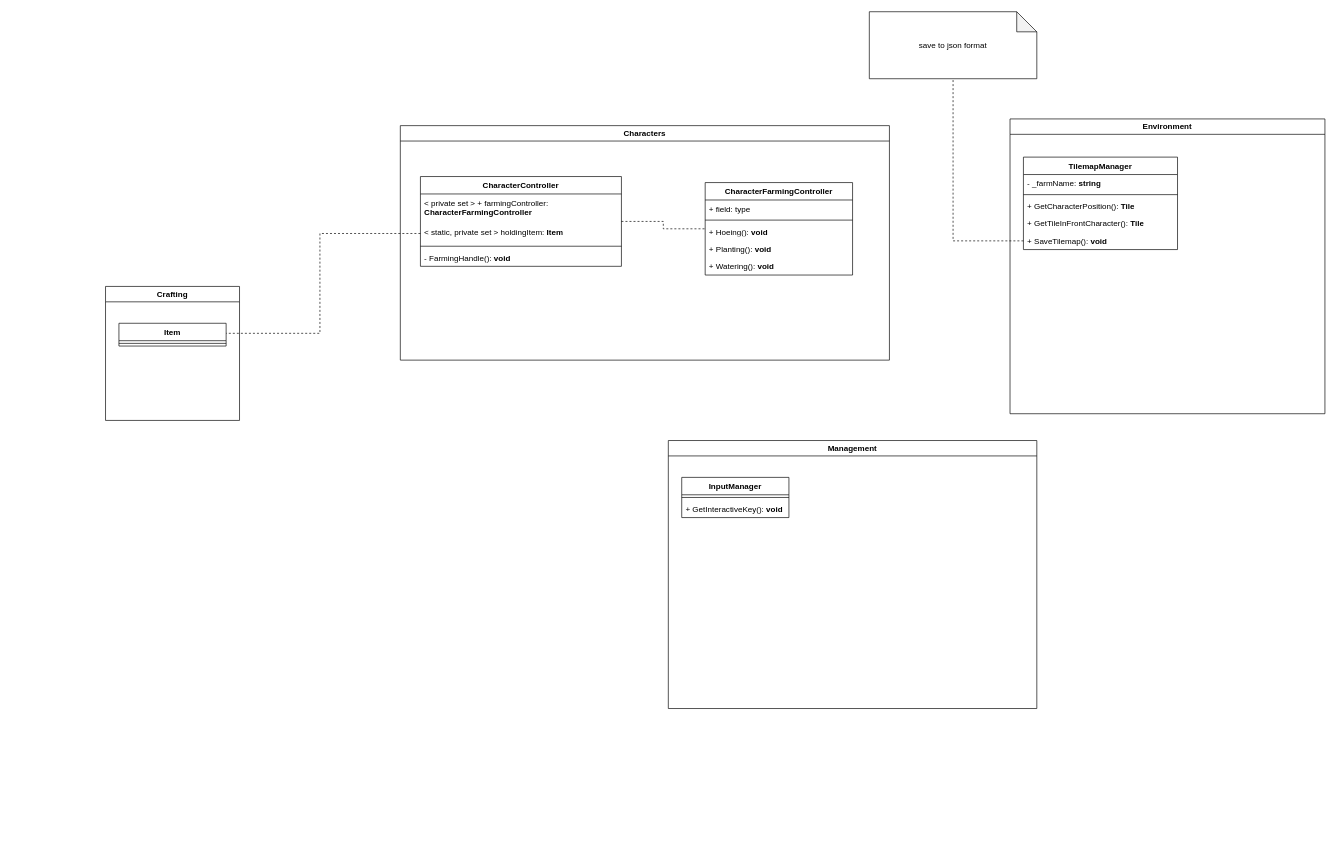
linhh563/sunny-fields keeps this draw.io diagram as page "draft_farming" (3 of 4) of Document/Diagrams/sunny_field_classes.drawio. Above is the earlier version. Source tidied: cells renumbered, new cells numbered last; positions are measured from the earlier drawing's top-left corner, leaving out a move shared by most shapes. Both pictures are drawn from the tidied source at 67%, with x=0, y=0 at pixel (105, 11).
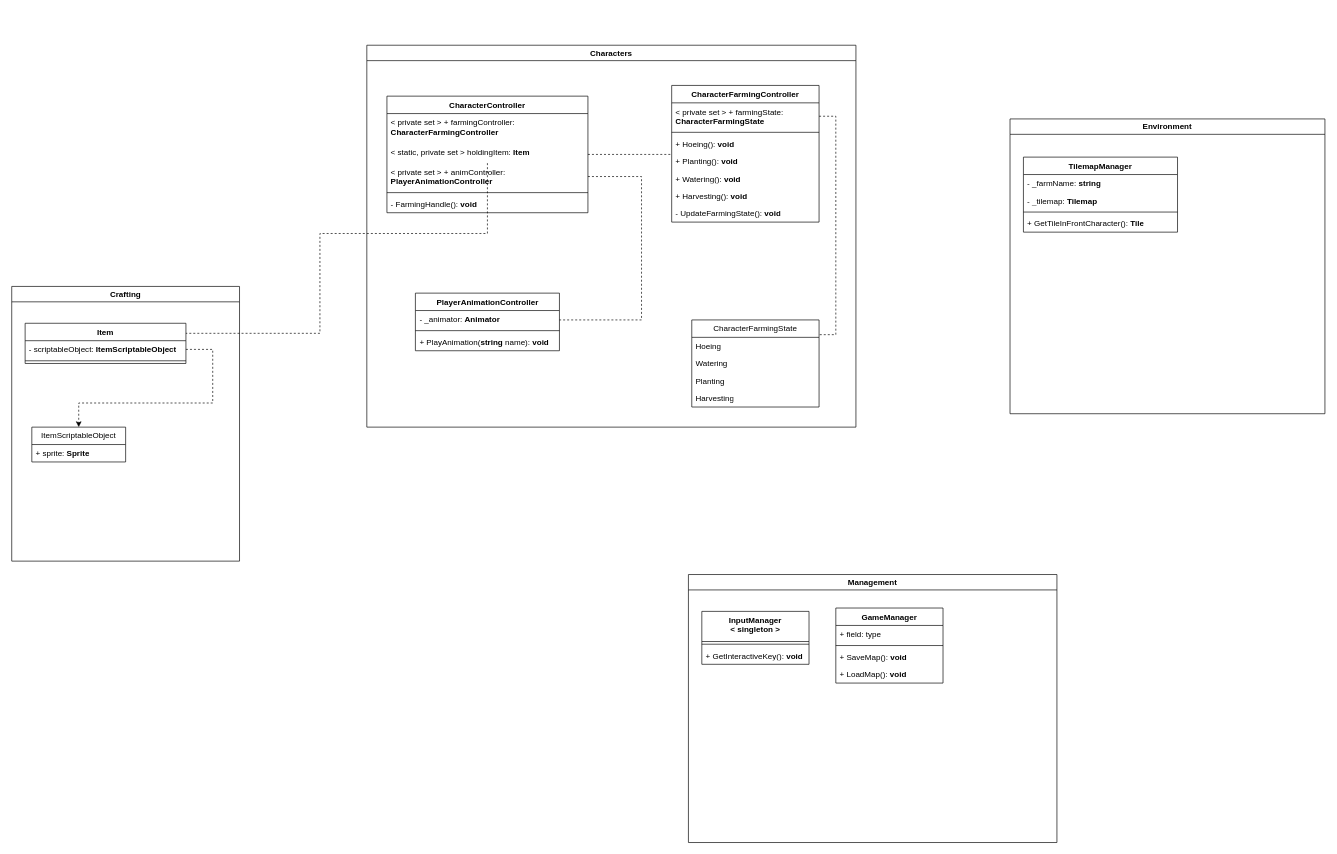
The same diagram, later.

The change refers to these unchanged cells:
```xml
<mxCell id="2" value="Environment" style="swimlane;whiteSpace=wrap;html=1;" parent="1" vertex="1">
  <mxGeometry x="1350" y="160" width="470" height="440" as="geometry" />
</mxCell>
```

Change to the diagram source:
```diff
@@
     <mxCell id="3" value="TilemapManager" style="swimlane;fontStyle=1;align=center;verticalAlign=top;horizontal=1;startSize=26;whiteSpace=wrap;html=1;" parent="2" vertex="1">
-      <mxGeometry x="20" y="57" width="230" height="138" as="geometry" />
+      <mxGeometry x="20" y="57" width="230" height="112" as="geometry" />
     </mxCell>
@@
+    <mxCell id="32" value="- _tilemap: &lt;b&gt;Tilemap&lt;/b&gt;" style="text;strokeColor=none;fillColor=none;align=left;verticalAlign=top;spacingLeft=4;spacingRight=4;overflow=hidden;whiteSpace=wrap;html=1;" parent="3" vertex="1">
+      <mxGeometry y="52" width="230" height="26" as="geometry" />
+    </mxCell>
     <mxCell id="5" style="line;strokeWidth=1;fillColor=none;align=left;verticalAlign=middle;spacingTop=-1;spacingLeft=3;spacingRight=3;labelPosition=right;strokeColor=inherit;" parent="3" vertex="1">
-      <mxGeometry y="52" width="230" height="8" as="geometry" />
+      <mxGeometry y="78" width="230" height="8" as="geometry" />
     </mxCell>
-    <mxCell id="6" value="+ GetCharacterPosition(): &lt;b&gt;Tile&lt;/b&gt;" style="text;strokeColor=none;fillColor=none;align=left;verticalAlign=top;spacingLeft=4;spacingRight=4;overflow=hidden;whiteSpace=wrap;html=1;" parent="3" vertex="1">
-      <mxGeometry y="60" width="230" height="26" as="geometry" />
-    </mxCell>
@@
-    <mxCell id="8" value="+ SaveTilemap(): &lt;b&gt;void&lt;/b&gt;" style="text;strokeColor=none;fillColor=none;align=left;verticalAlign=top;spacingLeft=4;spacingRight=4;overflow=hidden;points=[[0,0.5],[1,0.5]];portConstraint=eastwest;whiteSpace=wrap;html=1;" parent="3" vertex="1">
-      <mxGeometry y="112" width="230" height="26" as="geometry" />
-    </mxCell>
     <mxCell id="9" value="Characters" style="swimlane;whiteSpace=wrap;html=1;" parent="1" vertex="1">
-      <mxGeometry x="440" y="170" width="730" height="350" as="geometry" />
+      <mxGeometry x="390" y="50" width="730" height="570" as="geometry" />
     </mxCell>
     <mxCell id="10" style="edgeStyle=orthogonalEdgeStyle;rounded=0;jettySize=auto;html=1;dashed=1;endArrow=none;startFill=0;" parent="9" edge="1" source="11" target="16">
-      <mxGeometry relative="1" as="geometry" />
+      <mxGeometry relative="1" as="geometry">
+        <Array as="points">
+          <mxPoint x="430" y="163" />
+          <mxPoint x="430" y="163" />
+        </Array>
+      </mxGeometry>
     </mxCell>
     <mxCell id="11" value="CharacterController" style="swimlane;fontStyle=1;align=center;verticalAlign=top;horizontal=1;startSize=26;whiteSpace=wrap;html=1;" parent="9" vertex="1">
-      <mxGeometry x="30" y="76" width="300" height="134" as="geometry" />
+      <mxGeometry x="30" y="76" width="300" height="174" as="geometry" />
     </mxCell>
@@
+    <mxCell id="33" value="&amp;lt; private set &amp;gt; + animController: &lt;b&gt;PlayerAnimationController&lt;/b&gt;" style="text;strokeColor=none;fillColor=none;align=left;verticalAlign=top;spacingLeft=4;spacingRight=4;overflow=hidden;points=[[0,0.5],[1,0.5]];portConstraint=eastwest;whiteSpace=wrap;html=1;" parent="11" vertex="1">
+      <mxGeometry y="100" width="300" height="40" as="geometry" />
+    </mxCell>
     <mxCell id="14" style="line;strokeWidth=1;fillColor=none;align=left;verticalAlign=middle;spacingTop=-1;spacingLeft=3;spacingRight=3;labelPosition=right;strokeColor=inherit;" parent="11" vertex="1">
-      <mxGeometry y="100" width="300" height="8" as="geometry" />
+      <mxGeometry y="140" width="300" height="8" as="geometry" />
     </mxCell>
     <mxCell id="15" value="- FarmingHandle(): &lt;b&gt;void&lt;/b&gt;" style="text;strokeColor=none;fillColor=none;align=left;verticalAlign=top;spacingLeft=4;spacingRight=4;overflow=hidden;whiteSpace=wrap;html=1;" parent="11" vertex="1">
-      <mxGeometry y="108" width="300" height="26" as="geometry" />
+      <mxGeometry y="148" width="300" height="26" as="geometry" />
     </mxCell>
     <mxCell id="16" value="CharacterFarmingController" style="swimlane;fontStyle=1;align=center;verticalAlign=top;horizontal=1;startSize=26;whiteSpace=wrap;html=1;" parent="9" vertex="1">
-      <mxGeometry x="455" y="85" width="220" height="138" as="geometry" />
+      <mxGeometry x="455" y="60" width="220" height="204" as="geometry" />
     </mxCell>
-    <mxCell id="17" value="+ field: type" style="text;strokeColor=none;fillColor=none;align=left;verticalAlign=top;spacingLeft=4;spacingRight=4;overflow=hidden;whiteSpace=wrap;html=1;" parent="16" vertex="1">
-      <mxGeometry y="26" width="220" height="26" as="geometry" />
-    </mxCell>
+    <mxCell id="34" value="&amp;lt; private set &amp;gt; + farmingState: &lt;b&gt;CharacterFarmingState&lt;/b&gt;" style="text;strokeColor=none;fillColor=none;align=left;verticalAlign=top;spacingLeft=4;spacingRight=4;overflow=hidden;points=[[0,0.5],[1,0.5]];portConstraint=eastwest;whiteSpace=wrap;html=1;" parent="16" vertex="1">
+      <mxGeometry y="26" width="220" height="40" as="geometry" />
+    </mxCell>
     <mxCell id="18" style="line;strokeWidth=1;fillColor=none;align=left;verticalAlign=middle;spacingTop=-1;spacingLeft=3;spacingRight=3;labelPosition=right;strokeColor=inherit;" parent="16" vertex="1">
-      <mxGeometry y="52" width="220" height="8" as="geometry" />
+      <mxGeometry y="66" width="220" height="8" as="geometry" />
     </mxCell>
     <mxCell id="19" value="+ Hoeing(): &lt;b&gt;void&lt;/b&gt;" style="text;strokeColor=none;fillColor=none;align=left;verticalAlign=top;spacingLeft=4;spacingRight=4;overflow=hidden;whiteSpace=wrap;html=1;" parent="16" vertex="1">
-      <mxGeometry y="60" width="220" height="26" as="geometry" />
+      <mxGeometry y="74" width="220" height="26" as="geometry" />
     </mxCell>
     <mxCell id="20" value="+ Planting(): &lt;b&gt;void&lt;/b&gt;" style="text;strokeColor=none;fillColor=none;align=left;verticalAlign=top;spacingLeft=4;spacingRight=4;overflow=hidden;whiteSpace=wrap;html=1;" parent="16" vertex="1">
-      <mxGeometry y="86" width="220" height="26" as="geometry" />
+      <mxGeometry y="100" width="220" height="26" as="geometry" />
     </mxCell>
     <mxCell id="21" value="+ Watering(): &lt;b&gt;void&lt;/b&gt;" style="text;strokeColor=none;fillColor=none;align=left;verticalAlign=top;spacingLeft=4;spacingRight=4;overflow=hidden;whiteSpace=wrap;html=1;" parent="16" vertex="1">
-      <mxGeometry y="112" width="220" height="26" as="geometry" />
+      <mxGeometry y="126" width="220" height="26" as="geometry" />
     </mxCell>
+    <mxCell id="35" value="+ Harvesting(): &lt;b&gt;void&lt;/b&gt;" style="text;strokeColor=none;fillColor=none;align=left;verticalAlign=top;spacingLeft=4;spacingRight=4;overflow=hidden;whiteSpace=wrap;html=1;" parent="16" vertex="1">
+      <mxGeometry y="152" width="220" height="26" as="geometry" />
+    </mxCell>
+    <mxCell id="36" value="- UpdateFarmingState(): &lt;b&gt;void&lt;/b&gt;" style="text;strokeColor=none;fillColor=none;align=left;verticalAlign=top;spacingLeft=4;spacingRight=4;overflow=hidden;whiteSpace=wrap;html=1;" parent="16" vertex="1">
+      <mxGeometry y="178" width="220" height="26" as="geometry" />
+    </mxCell>
+    <mxCell id="37" value="PlayerAnimationController" style="swimlane;fontStyle=1;align=center;verticalAlign=top;horizontal=1;startSize=26;whiteSpace=wrap;html=1;" parent="9" vertex="1">
+      <mxGeometry x="72.5" y="370" width="215" height="86" as="geometry" />
+    </mxCell>
+    <mxCell id="38" value="- _animator: &lt;b&gt;Animator&lt;/b&gt;" style="text;strokeColor=none;fillColor=none;align=left;verticalAlign=top;spacingLeft=4;spacingRight=4;overflow=hidden;whiteSpace=wrap;html=1;" parent="37" vertex="1">
+      <mxGeometry y="26" width="215" height="26" as="geometry" />
+    </mxCell>
+    <mxCell id="39" style="line;strokeWidth=1;fillColor=none;align=left;verticalAlign=middle;spacingTop=-1;spacingLeft=3;spacingRight=3;labelPosition=right;strokeColor=inherit;" parent="37" vertex="1">
+      <mxGeometry y="52" width="215" height="8" as="geometry" />
+    </mxCell>
+    <mxCell id="40" value="+ PlayAnimation(&lt;b&gt;string &lt;/b&gt;name): &lt;b&gt;void&lt;/b&gt;" style="text;strokeColor=none;fillColor=none;align=left;verticalAlign=top;spacingLeft=4;spacingRight=4;overflow=hidden;whiteSpace=wrap;html=1;" parent="37" vertex="1">
+      <mxGeometry y="60" width="215" height="26" as="geometry" />
+    </mxCell>
+    <mxCell id="41" style="edgeStyle=orthogonalEdgeStyle;rounded=0;jettySize=auto;html=1;dashed=1;endArrow=none;startFill=0;" parent="9" edge="1" source="33" target="37">
+      <mxGeometry relative="1" as="geometry">
+        <Array as="points">
+          <mxPoint x="410" y="196" />
+          <mxPoint x="410" y="410" />
+        </Array>
+      </mxGeometry>
+    </mxCell>
+    <mxCell id="42" value="CharacterFarmingState" style="swimlane;fontStyle=0;horizontal=1;startSize=26;fillColor=none;whiteSpace=wrap;html=1;" parent="9" vertex="1">
+      <mxGeometry x="485" y="410" width="190" height="130" as="geometry" />
+    </mxCell>
+    <mxCell id="43" value="Hoeing" style="text;strokeColor=none;fillColor=none;align=left;verticalAlign=top;spacingLeft=4;spacingRight=4;overflow=hidden;whiteSpace=wrap;html=1;" parent="42" vertex="1">
+      <mxGeometry y="26" width="190" height="26" as="geometry" />
+    </mxCell>
+    <mxCell id="44" value="Watering" style="text;strokeColor=none;fillColor=none;align=left;verticalAlign=top;spacingLeft=4;spacingRight=4;overflow=hidden;whiteSpace=wrap;html=1;" parent="42" vertex="1">
+      <mxGeometry y="52" width="190" height="26" as="geometry" />
+    </mxCell>
+    <mxCell id="45" value="Planting" style="text;strokeColor=none;fillColor=none;align=left;verticalAlign=top;spacingLeft=4;spacingRight=4;overflow=hidden;whiteSpace=wrap;html=1;" parent="42" vertex="1">
+      <mxGeometry y="78" width="190" height="26" as="geometry" />
+    </mxCell>
+    <mxCell id="46" value="Harvesting" style="text;strokeColor=none;fillColor=none;align=left;verticalAlign=top;spacingLeft=4;spacingRight=4;overflow=hidden;whiteSpace=wrap;html=1;" parent="42" vertex="1">
+      <mxGeometry y="104" width="190" height="26" as="geometry" />
+    </mxCell>
+    <mxCell id="47" style="edgeStyle=orthogonalEdgeStyle;rounded=0;jettySize=auto;html=1;dashed=1;endArrow=none;startFill=0;" parent="9" edge="1" source="34" target="42">
+      <mxGeometry relative="1" as="geometry">
+        <Array as="points">
+          <mxPoint x="700" y="106" />
+          <mxPoint x="700" y="432" />
+        </Array>
+      </mxGeometry>
+    </mxCell>
     <mxCell id="22" value="Management" style="swimlane;whiteSpace=wrap;html=1;" parent="1" vertex="1">
-      <mxGeometry x="840" y="640" width="550" height="400" as="geometry" />
+      <mxGeometry x="870" y="840" width="550" height="400" as="geometry" />
     </mxCell>
-    <mxCell id="23" value="InputManager" style="swimlane;fontStyle=1;align=center;verticalAlign=top;horizontal=1;startSize=26;whiteSpace=wrap;html=1;" parent="22" vertex="1">
-      <mxGeometry x="20" y="55" width="160" height="60" as="geometry" />
+    <mxCell id="23" value="InputManager&lt;div&gt;&amp;lt; singleton &amp;gt;&lt;/div&gt;" style="swimlane;fontStyle=1;align=center;verticalAlign=top;horizontal=1;startSize=45;whiteSpace=wrap;html=1;" parent="22" vertex="1">
+      <mxGeometry x="20" y="55" width="160" height="79" as="geometry" />
     </mxCell>
     <mxCell id="24" style="line;strokeWidth=1;fillColor=none;align=left;verticalAlign=middle;spacingTop=-1;spacingLeft=3;spacingRight=3;labelPosition=right;strokeColor=inherit;" parent="23" vertex="1">
-      <mxGeometry y="26" width="160" height="8" as="geometry" />
+      <mxGeometry y="45" width="160" height="8" as="geometry" />
     </mxCell>
     <mxCell id="25" value="+ GetInteractiveKey(): &lt;b&gt;void&lt;/b&gt;" style="text;strokeColor=none;fillColor=none;align=left;verticalAlign=top;spacingLeft=4;spacingRight=4;overflow=hidden;whiteSpace=wrap;html=1;" parent="23" vertex="1">
-      <mxGeometry y="34" width="160" height="26" as="geometry" />
+      <mxGeometry y="53" width="160" height="26" as="geometry" />
     </mxCell>
+    <mxCell id="48" value="GameManager" style="swimlane;fontStyle=1;align=center;verticalAlign=top;horizontal=1;startSize=26;whiteSpace=wrap;html=1;" parent="22" vertex="1">
+      <mxGeometry x="220" y="50" width="160" height="112" as="geometry" />
+    </mxCell>
+    <mxCell id="17" value="+ field: type" style="text;strokeColor=none;fillColor=none;align=left;verticalAlign=top;spacingLeft=4;spacingRight=4;overflow=hidden;whiteSpace=wrap;html=1;" parent="48" vertex="1">
+      <mxGeometry y="26" width="160" height="26" as="geometry" />
+    </mxCell>
+    <mxCell id="49" style="line;strokeWidth=1;fillColor=none;align=left;verticalAlign=middle;spacingTop=-1;spacingLeft=3;spacingRight=3;labelPosition=right;strokeColor=inherit;" parent="48" vertex="1">
+      <mxGeometry y="52" width="160" height="8" as="geometry" />
+    </mxCell>
+    <mxCell id="50" value="+ SaveMap(): &lt;b&gt;void&lt;/b&gt;" style="text;strokeColor=none;fillColor=none;align=left;verticalAlign=top;spacingLeft=4;spacingRight=4;overflow=hidden;whiteSpace=wrap;html=1;" parent="48" vertex="1">
+      <mxGeometry y="60" width="160" height="26" as="geometry" />
+    </mxCell>
+    <mxCell id="51" value="+ LoadMap(): &lt;b&gt;void&lt;/b&gt;" style="text;strokeColor=none;fillColor=none;align=left;verticalAlign=top;spacingLeft=4;spacingRight=4;overflow=hidden;whiteSpace=wrap;html=1;" parent="48" vertex="1">
+      <mxGeometry y="86" width="160" height="26" as="geometry" />
+    </mxCell>
     <mxCell id="26" value="Crafting" style="swimlane;whiteSpace=wrap;html=1;" parent="1" vertex="1">
-      <mxGeometry y="410" width="200" height="200" as="geometry" />
+      <mxGeometry x="-140" y="410" width="340" height="410" as="geometry" />
     </mxCell>
     <mxCell id="27" value="Item" style="swimlane;fontStyle=1;align=center;verticalAlign=top;horizontal=1;startSize=26;whiteSpace=wrap;html=1;" parent="26" vertex="1">
-      <mxGeometry x="20" y="55" width="160" height="34" as="geometry" />
+      <mxGeometry x="20" y="55" width="240" height="60" as="geometry" />
     </mxCell>
+    <mxCell id="52" value="- scriptableObject: &lt;b&gt;ItemScriptableObject&lt;/b&gt;" style="text;strokeColor=none;fillColor=none;align=left;verticalAlign=top;spacingLeft=4;spacingRight=4;overflow=hidden;points=[[0,0.5],[1,0.5]];portConstraint=eastwest;whiteSpace=wrap;html=1;" parent="27" vertex="1">
+      <mxGeometry y="26" width="240" height="26" as="geometry" />
+    </mxCell>
     <mxCell id="28" style="line;strokeWidth=1;fillColor=none;align=left;verticalAlign=middle;spacingTop=-1;spacingLeft=3;spacingRight=3;labelPosition=right;strokeColor=inherit;" parent="27" vertex="1">
-      <mxGeometry y="26" width="160" height="8" as="geometry" />
+      <mxGeometry y="52" width="240" height="8" as="geometry" />
     </mxCell>
+    <mxCell id="53" value="ItemScriptableObject" style="swimlane;fontStyle=0;horizontal=1;startSize=26;fillColor=none;whiteSpace=wrap;html=1;" parent="26" vertex="1">
+      <mxGeometry x="30" y="210" width="140" height="52" as="geometry" />
+    </mxCell>
+    <mxCell id="54" value="+ sprite: &lt;b&gt;Sprite&lt;/b&gt;" style="text;strokeColor=none;fillColor=none;align=left;verticalAlign=top;spacingLeft=4;spacingRight=4;overflow=hidden;whiteSpace=wrap;html=1;" parent="53" vertex="1">
+      <mxGeometry y="26" width="140" height="26" as="geometry" />
+    </mxCell>
+    <mxCell id="55" style="edgeStyle=orthogonalEdgeStyle;rounded=0;jettySize=auto;html=1;dashed=1;" parent="26" edge="1" source="52" target="53">
+      <mxGeometry relative="1" as="geometry">
+        <Array as="points">
+          <mxPoint x="300" y="94" />
+          <mxPoint x="300" y="174" />
+          <mxPoint x="100" y="174" />
+        </Array>
+      </mxGeometry>
+    </mxCell>
@@
-    <mxCell id="30" value="save to json format" style="shape=note;whiteSpace=wrap;html=1;backgroundOutline=1;darkOpacity=0.05;" parent="1" vertex="1">
-      <mxGeometry x="1140" width="250" height="100" as="geometry" />
-    </mxCell>
-    <mxCell id="31" style="edgeStyle=orthogonalEdgeStyle;rounded=0;jettySize=auto;html=1;dashed=1;endArrow=none;startFill=0;" parent="1" edge="1" source="8" target="30">
-      <mxGeometry relative="1" as="geometry" />
-    </mxCell>
```
